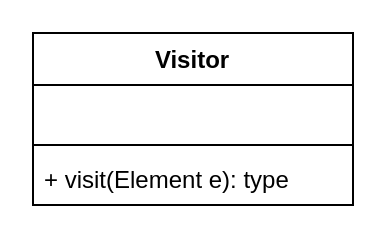
Earlier version of the draw.io diagram 访问者模式.drawio (xiaoguokf/draw.io). Source tidied: cells renumbered, new cells numbered last; positions are measured from the earlier drawing's top-left corner, leaving out a move shared by most shapes. Both pictures are drawn from the tidied source at 200%, with x=0, y=0 at pixel (32, 32).
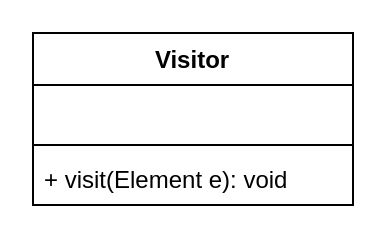
The same diagram, later.

Commit message (it also covers changes not shown here):
更新访问者模式.drawio

Diff of the diagram source:
```diff
@@
 <mxGraphModel>
   <root>
     <mxCell id="0" />
     <mxCell id="1" parent="0" />
     <mxCell id="2" value="Visitor" style="swimlane;fontStyle=1;align=center;verticalAlign=top;horizontal=1;startSize=26;" parent="1" vertex="1">
       <mxGeometry width="160" height="86" as="geometry" />
     </mxCell>
     <mxCell id="3" value=" " style="text;strokeColor=none;fillColor=none;align=left;verticalAlign=top;spacingLeft=4;spacingRight=4;overflow=hidden;" parent="2" vertex="1">
       <mxGeometry y="26" width="160" height="26" as="geometry" />
     </mxCell>
     <mxCell id="4" style="line;strokeWidth=1;fillColor=none;align=left;verticalAlign=middle;spacingTop=-1;spacingLeft=3;spacingRight=3;labelPosition=right;strokeColor=inherit;" parent="2" vertex="1">
       <mxGeometry y="52" width="160" height="8" as="geometry" />
     </mxCell>
-    <mxCell id="5" value="+ visit(Element e): type" style="text;strokeColor=none;fillColor=none;align=left;verticalAlign=top;spacingLeft=4;spacingRight=4;overflow=hidden;" parent="2" vertex="1">
+    <mxCell id="5" value="+ visit(Element e): void" style="text;strokeColor=none;fillColor=none;align=left;verticalAlign=top;spacingLeft=4;spacingRight=4;overflow=hidden;" parent="2" vertex="1">
       <mxGeometry y="60" width="160" height="26" as="geometry" />
     </mxCell>
   </root>
 </mxGraphModel>
```
